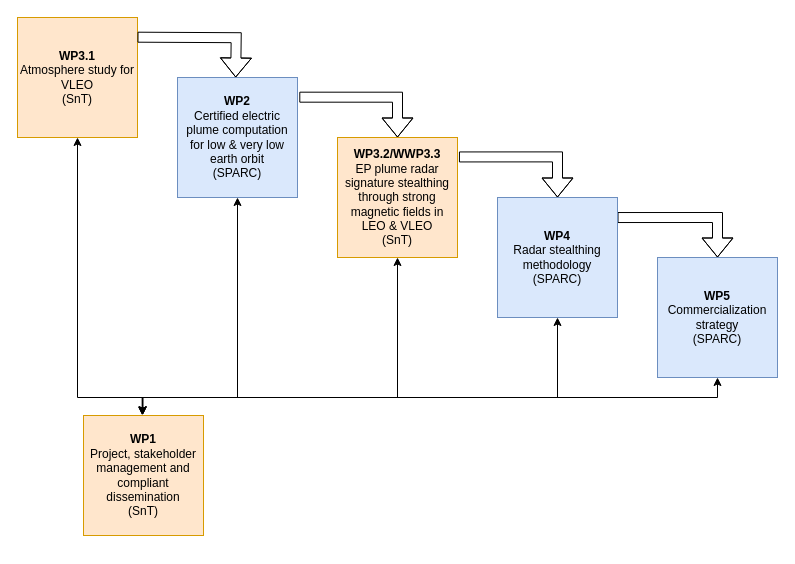
Before: WorkLogic.drawio in JanThoemel/matlabfunctions, a draw.io diagram. Source tidied: cells renumbered, new cells numbered last; positions are measured from the earlier drawing's top-left corner, leaving out a move shared by most shapes. Both pictures are drawn from the tidied source at 100%, with x=0, y=0 at pixel (17, 17).
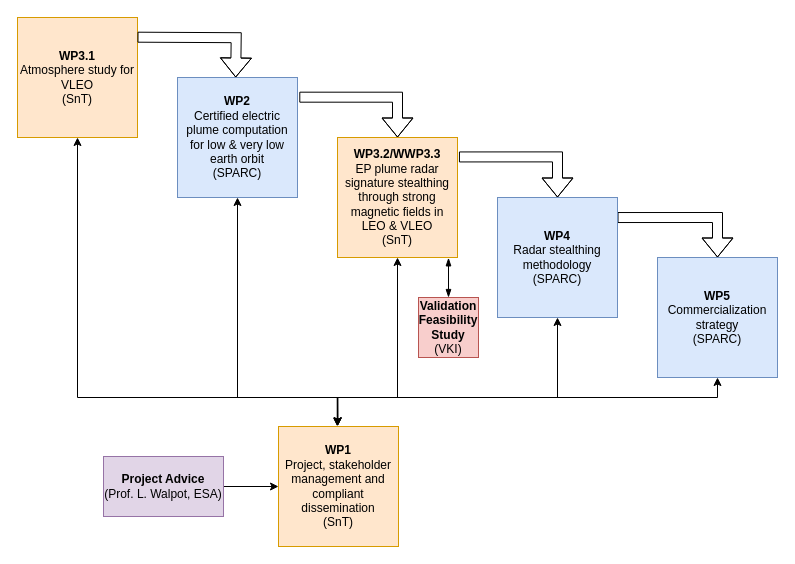
Above is the later version.

The change refers to these unchanged cells:
```xml
<mxCell id="3" value="&lt;b&gt;WP2&lt;/b&gt;&lt;br&gt;&lt;span&gt;Certified electric plume computation for low &amp;amp; very low earth orbit&lt;br&gt;(SPARC)&lt;br&gt;&lt;/span&gt;" style="whiteSpace=wrap;html=1;fillColor=#dae8fc;strokeColor=#6c8ebf;" parent="1" vertex="1">
  <mxGeometry x="160" y="60" width="120" height="120" as="geometry" />
</mxCell>
<mxCell id="6" value="&lt;b&gt;WP3.2/WWP3.3&lt;/b&gt;&lt;br&gt;&lt;span&gt;EP plume radar signature stealthing through strong magnetic fields in LEO &amp;amp; VLEO&lt;br&gt;(SnT)&lt;br&gt;&lt;/span&gt;" style="whiteSpace=wrap;html=1;fillColor=#ffe6cc;strokeColor=#d79b00;" parent="1" vertex="1">
  <mxGeometry x="320" y="120" width="120" height="120" as="geometry" />
</mxCell>
<mxCell id="9" value="&lt;b&gt;WP4&lt;/b&gt;&lt;br&gt;&lt;div&gt;&lt;span&gt;Radar stealthing methodology&lt;/span&gt;&lt;/div&gt;&lt;div&gt;&lt;span&gt;(SPARC)&lt;/span&gt;&lt;/div&gt;" style="whiteSpace=wrap;html=1;fillColor=#dae8fc;strokeColor=#6c8ebf;" parent="1" vertex="1">
  <mxGeometry x="480" y="180" width="120" height="120" as="geometry" />
</mxCell>
<mxCell id="11" value="&lt;b&gt;WP5&lt;/b&gt;&lt;span&gt;&lt;br&gt;&lt;/span&gt;&lt;div&gt;&lt;span&gt;Commercialization strategy&lt;/span&gt;&lt;/div&gt;&lt;div&gt;&lt;span&gt;(SPARC)&lt;/span&gt;&lt;/div&gt;" style="whiteSpace=wrap;html=1;fillColor=#dae8fc;strokeColor=#6c8ebf;" parent="1" vertex="1">
  <mxGeometry x="640" y="240" width="120" height="120" as="geometry" />
</mxCell>
<mxCell id="14" value="&lt;b&gt;WP3.1&lt;/b&gt;&lt;br&gt;&lt;span&gt;Atmosphere study for VLEO&lt;br&gt;(SnT)&lt;br&gt;&lt;/span&gt;" style="whiteSpace=wrap;html=1;fillColor=#ffe6cc;strokeColor=#d79b00;" parent="1" vertex="1">
  <mxGeometry width="120" height="120" as="geometry" />
</mxCell>
```

Change to the diagram source:
```diff
@@
     <mxCell id="5" style="edgeStyle=orthogonalEdgeStyle;rounded=0;jettySize=auto;html=1;exitX=0.5;exitY=1;exitDx=0;exitDy=0;strokeColor=default;startArrow=classic;startFill=1;endArrow=classic;endFill=1;entryX=0.49;entryY=-0.001;entryDx=0;entryDy=0;entryPerimeter=0;" parent="1" edge="1" source="6" target="13">
       <mxGeometry relative="1" as="geometry">
         <Array as="points">
           <mxPoint x="380" y="380" />
-          <mxPoint x="124" y="380" />
-          <mxPoint x="124" y="398" />
+          <mxPoint x="320" y="380" />
+          <mxPoint x="320" y="409" />
         </Array>
       </mxGeometry>
     </mxCell>
@@
     <mxCell id="8" style="edgeStyle=orthogonalEdgeStyle;rounded=0;jettySize=auto;html=1;exitX=0.5;exitY=1;exitDx=0;exitDy=0;strokeColor=default;startArrow=classic;startFill=1;endArrow=classic;endFill=1;entryX=0.495;entryY=-0.007;entryDx=0;entryDy=0;entryPerimeter=0;" parent="1" edge="1" source="9" target="13">
       <mxGeometry relative="1" as="geometry">
         <Array as="points">
           <mxPoint x="540" y="380" />
-          <mxPoint x="125" y="380" />
-          <mxPoint x="125" y="397" />
+          <mxPoint x="320" y="380" />
+          <mxPoint x="320" y="408" />
         </Array>
       </mxGeometry>
     </mxCell>
@@
     <mxCell id="10" style="edgeStyle=orthogonalEdgeStyle;rounded=0;jettySize=auto;html=1;exitX=0.5;exitY=1;exitDx=0;exitDy=0;entryX=0.491;entryY=-0.005;entryDx=0;entryDy=0;strokeColor=default;startArrow=classic;startFill=1;endArrow=classic;endFill=1;entryPerimeter=0;" parent="1" edge="1" source="11" target="13">
       <mxGeometry relative="1" as="geometry">
         <Array as="points">
           <mxPoint x="700" y="380" />
-          <mxPoint x="125" y="380" />
+          <mxPoint x="320" y="380" />
+          <mxPoint x="320" y="401" />
         </Array>
       </mxGeometry>
     </mxCell>
@@
     <mxCell id="12" style="edgeStyle=orthogonalEdgeStyle;rounded=0;jettySize=auto;html=1;exitX=0.493;exitY=-0.004;exitDx=0;exitDy=0;endArrow=classic;endFill=1;strokeColor=default;startArrow=classic;startFill=1;exitPerimeter=0;" parent="1" edge="1" source="13" target="3">
       <mxGeometry relative="1" as="geometry">
         <Array as="points">
-          <mxPoint x="125" y="380" />
+          <mxPoint x="320" y="402" />
+          <mxPoint x="320" y="402" />
+          <mxPoint x="320" y="380" />
           <mxPoint x="220" y="380" />
         </Array>
       </mxGeometry>
     </mxCell>
     <mxCell id="13" value="&lt;b&gt;WP1&lt;/b&gt;&lt;br&gt;&lt;span&gt;Project, stakeholder management and compliant dissemination&lt;/span&gt;&lt;br&gt;&lt;span&gt;(SnT)&lt;/span&gt;" style="whiteSpace=wrap;html=1;fillColor=#ffe6cc;strokeColor=#d79b00;" parent="1" vertex="1">
-      <mxGeometry x="66" y="398" width="120" height="120" as="geometry" />
+      <mxGeometry x="261" y="409" width="120" height="120" as="geometry" />
     </mxCell>
@@
     <mxCell id="16" style="edgeStyle=orthogonalEdgeStyle;rounded=0;jettySize=auto;html=1;endArrow=classic;endFill=1;strokeColor=default;startArrow=classic;startFill=1;exitX=0.491;exitY=-0.003;exitDx=0;exitDy=0;exitPerimeter=0;entryX=0.5;entryY=1;entryDx=0;entryDy=0;" parent="1" edge="1" source="13" target="14">
       <mxGeometry relative="1" as="geometry">
         <Array as="points">
-          <mxPoint x="125" y="380" />
+          <mxPoint x="320" y="380" />
           <mxPoint x="60" y="380" />
         </Array>
       </mxGeometry>
     </mxCell>
+    <mxCell id="17" style="edgeStyle=orthogonalEdgeStyle;rounded=0;jettySize=auto;html=1;" parent="1" edge="1" source="18" target="13">
+      <mxGeometry relative="1" as="geometry" />
+    </mxCell>
+    <mxCell id="18" value="&lt;b&gt;Project Advice&lt;br&gt;&lt;/b&gt;(Prof. L. Walpot, ESA)&lt;span&gt;&lt;/span&gt;" style="rounded=0;whiteSpace=wrap;html=1;fillColor=#e1d5e7;strokeColor=#9673a6;" parent="1" vertex="1">
+      <mxGeometry x="86" y="439" width="120" height="60" as="geometry" />
+    </mxCell>
+    <mxCell id="19" style="edgeStyle=orthogonalEdgeStyle;rounded=0;jettySize=auto;html=1;entryX=0.925;entryY=1.003;entryDx=0;entryDy=0;entryPerimeter=0;endArrow=blockThin;endFill=1;startArrow=blockThin;startFill=1;" parent="1" edge="1" source="20" target="6">
+      <mxGeometry relative="1" as="geometry" />
+    </mxCell>
+    <mxCell id="20" value="&lt;b&gt;Validation Feasibility Study &lt;/b&gt;(VKI)" style="whiteSpace=wrap;html=1;fillColor=#f8cecc;strokeColor=#b85450;" parent="1" vertex="1">
+      <mxGeometry x="401" y="280" width="60" height="60" as="geometry" />
+    </mxCell>
```
